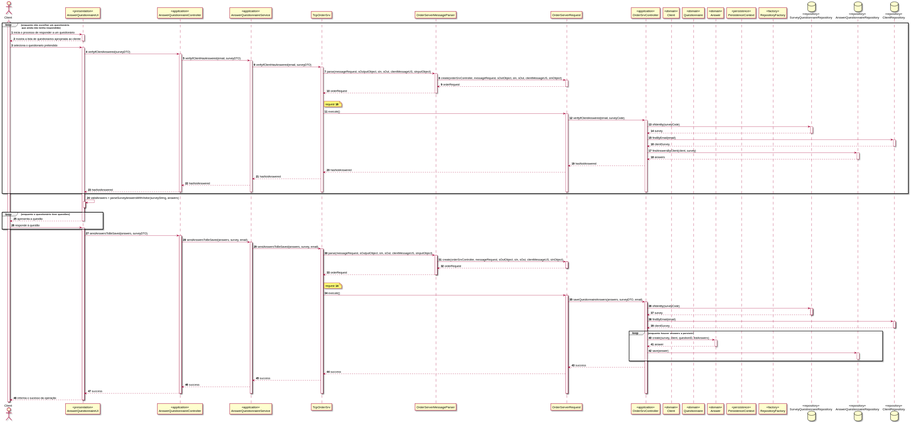
Before: docs/1201518 1201284 1201516/US3501/SD_AnswerSurvey.svg, a diagram exported from PlantUML (ana-albergaria/LAPR4-ISEP). Source of this version:
```plantuml
@startuml


autonumber
actor "Client" as C

participant AnswerQuestionnaireUI as UI <<presentation>>
participant AnswerQuestionnaireController as CONTROLLER <<application>>
participant AnswerQuestionnaireService as SERVICE <<application>>
participant TcpOrderSrv as ORDER_SERVER
participant OrderServerMessageParser as PARSER
participant OrderServerRequest as ORDER_REQUEST
participant OrderSrvController as ORDER_CONTROLLER <<application>>

participant "Client" as CLIENT <<domain>>
participant "Questionnaire" as QUESTIONNAIRE <<domain>>
participant "Answer" as ANSWER <<domain>>

participant PersistenceContext as PERSISTENCE <<persistence>>
participant RepositoryFactory as FACTORY <<factory>>
database SurveyQuestionnareRepository as SURVEY_REP <<repository>>
database AnswerQuestionnaireRepository as ANSWER_REP <<repository>>
database ClientRepository as CLIENT_REP <<repository>>

loop enquanto não escolher um questionário\n que ainda não tenha respondido
activate C
C -> UI : inicia o processo de responder a um questionário
activate UI
UI --> C : mostra a lista de questionarios apropriada ao cliente
deactivate UI

C -> UI : seleciona o questionario pretendido
activate UI
UI -> CONTROLLER : verifyIfClientAnswered(surveyDTO)
activate CONTROLLER
CONTROLLER -> SERVICE : verifyIfClientHasAnswered(email, surveyDTO)
activate SERVICE
SERVICE -> ORDER_SERVER : verifyIfClientHasAnswered(email, surveyDTO)
activate ORDER_SERVER

ORDER_SERVER -> PARSER : parse(messageRequest, sOutputObject, sIn, sOut, clientMessageUS, sInputObject)
activate PARSER
PARSER -> ORDER_REQUEST : create(orderSrvController, messageRequest, sOutObject, sIn, sOut, clientMessageUS, sInObject)
activate ORDER_REQUEST
ORDER_REQUEST --> PARSER : orderRequest
deactivate ORDER_REQUEST
PARSER --> ORDER_SERVER : orderRequest
deactivate PARSER
|||
note right of ORDER_SERVER
request **16**
end note
ORDER_SERVER -> ORDER_REQUEST : execute()
activate ORDER_REQUEST

ORDER_REQUEST -> ORDER_CONTROLLER : verifyIfClientAnswered(email, surveyCode)
activate ORDER_CONTROLLER
ORDER_CONTROLLER -> SURVEY_REP : ofIdentity(surveyCode)
activate SURVEY_REP
SURVEY_REP --> ORDER_CONTROLLER : survey
deactivate SURVEY_REP
ORDER_CONTROLLER -> CLIENT_REP : findByEmail(email)
activate CLIENT_REP
CLIENT_REP --> ORDER_CONTROLLER : clientSurvey
deactivate CLIENT_REP
ORDER_CONTROLLER -> ANSWER_REP : findAnswersByClient(client, survey)
activate ANSWER_REP
ANSWER_REP --> ORDER_CONTROLLER : answers
deactivate ANSWER_REP

ORDER_CONTROLLER --> ORDER_REQUEST : hasNotAnswered
ORDER_REQUEST --> ORDER_SERVER : hasNotAnswered
ORDER_SERVER --> SERVICE : hasNotAnswered
SERVICE --> CONTROLLER : hasNotAnswered
CONTROLLER --> UI : hasNotAnswered

deactivate ORDER_CONTROLLER
deactivate ORDER_REQUEST
deactivate PARSER
deactivate ORDER_SERVER
deactivate SERVICE
deactivate CONTROLLER
end
UI -> UI : validAnswers = parseSurveyAnswersWithVisitor(surveyString, answers)
activate UI
deactivate UI

loop enquanto o questionário tiver questões
UI --> C : apresenta a questão
deactivate UI
C -> UI : responde à questão
activate UI
end




UI -> CONTROLLER : sendAnswersToBeSaved(answers, surveyDTO)
activate CONTROLLER
CONTROLLER -> SERVICE : sendAnswersToBeSaved(answers, survey, email)
activate SERVICE
SERVICE -> ORDER_SERVER : sendAnswersToBeSaved(answers, survey, email)
activate ORDER_SERVER

ORDER_SERVER -> PARSER : parse(messageRequest, sOutputObject, sIn, sOut, clientMessageUS, sInputObject)
activate PARSER
PARSER -> ORDER_REQUEST : create(orderSrvController, messageRequest, sOutObject, sIn, sOut, clientMessageUS, sInObject)
activate ORDER_REQUEST
ORDER_REQUEST --> PARSER : orderRequest
deactivate ORDER_REQUEST
PARSER --> ORDER_SERVER : orderRequest
deactivate PARSER
|||
note right of ORDER_SERVER
request **14**
end note
ORDER_SERVER -> ORDER_REQUEST : execute()
activate ORDER_REQUEST

ORDER_REQUEST -> ORDER_CONTROLLER : saveQuestionnaireAnswers(answers, surveyDTO, email)
activate ORDER_CONTROLLER
ORDER_CONTROLLER -> SURVEY_REP : ofIdentity(surveyCode)
activate SURVEY_REP
SURVEY_REP --> ORDER_CONTROLLER : survey
deactivate SURVEY_REP
ORDER_CONTROLLER -> CLIENT_REP : findByEmail(email)
activate CLIENT_REP
CLIENT_REP --> ORDER_CONTROLLER : clientSurvey
deactivate CLIENT_REP
loop enquanto houver answers a persistir
ORDER_CONTROLLER -> ANSWER : create(survey, client, questionID, listAnswers)
activate ANSWER
ANSWER --> ORDER_CONTROLLER : answer
deactivate ANSWER
ORDER_CONTROLLER -> ANSWER_REP : save(answer)
activate ANSWER_REP
deactivate ANSWER_REP


end

ORDER_CONTROLLER --> ORDER_REQUEST : success
ORDER_REQUEST --> ORDER_SERVER : success
ORDER_SERVER --> SERVICE : success
SERVICE --> CONTROLLER : success
CONTROLLER --> UI : success


deactivate ORDER_CONTROLLER
deactivate ORDER_REQUEST
deactivate PARSER
deactivate ORDER_SERVER
deactivate SERVICE
deactivate CONTROLLER



UI --> C : informa o sucesso da operação
deactivate UI



@enduml
```
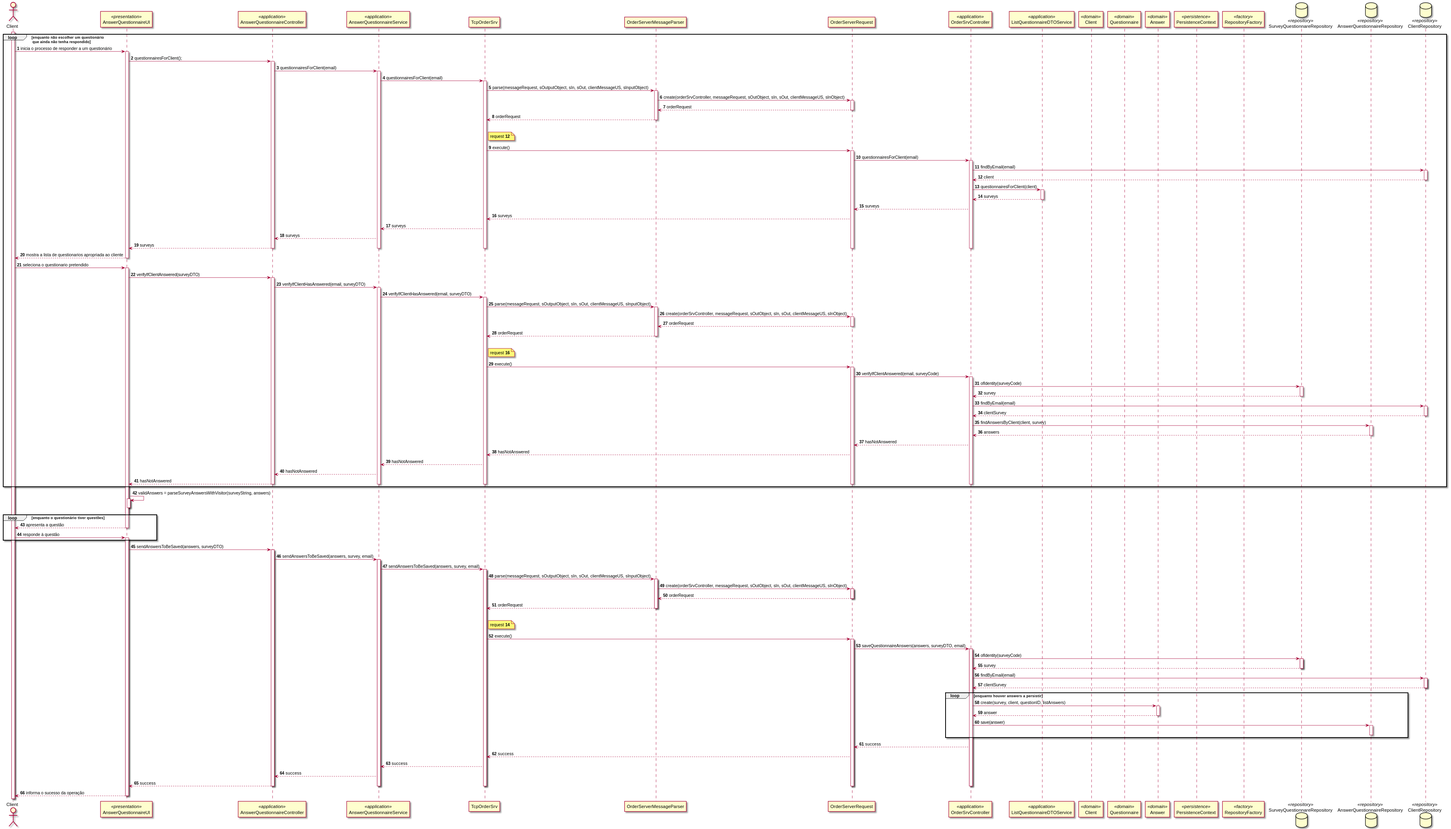
The same diagram one commit later.

Commit message:
Issue #23 -updating SD diagram

Diff of the diagram source:
```diff
@@ -11,6 +11,7 @@
 participant OrderServerMessageParser as PARSER
 participant OrderServerRequest as ORDER_REQUEST
 participant OrderSrvController as ORDER_CONTROLLER <<application>>
+participant ListQuestionnaireDTOService as SURVEY_SERVICE <<application>>
 
 participant "Client" as CLIENT <<domain>>
 participant "Questionnaire" as QUESTIONNAIRE <<domain>>
@@ -26,8 +27,61 @@
 activate C
 C -> UI : inicia o processo de responder a um questionário
 activate UI
+
+
+
+UI -> CONTROLLER : questionnairesForClient();
+
+activate CONTROLLER
+CONTROLLER -> SERVICE : questionnairesForClient(email)
+activate SERVICE
+SERVICE -> ORDER_SERVER : questionnairesForClient(email)
+activate ORDER_SERVER
+
+ORDER_SERVER -> PARSER : parse(messageRequest, sOutputObject, sIn, sOut, clientMessageUS, sInputObject)
+activate PARSER
+PARSER -> ORDER_REQUEST : create(orderSrvController, messageRequest, sOutObject, sIn, sOut, clientMessageUS, sInObject)
+activate ORDER_REQUEST
+ORDER_REQUEST --> PARSER : orderRequest
+deactivate ORDER_REQUEST
+PARSER --> ORDER_SERVER : orderRequest
+deactivate PARSER
+|||
+note right of ORDER_SERVER
+request **12**
+end note
+ORDER_SERVER -> ORDER_REQUEST : execute()
+activate ORDER_REQUEST
+
+ORDER_REQUEST -> ORDER_CONTROLLER : questionnairesForClient(email)
+activate ORDER_CONTROLLER
+ORDER_CONTROLLER -> CLIENT_REP : findByEmail(email)
+activate CLIENT_REP
+CLIENT_REP --> ORDER_CONTROLLER : client
+deactivate CLIENT_REP
+ORDER_CONTROLLER -> SURVEY_SERVICE : questionnairesForClient(client)
+activate SURVEY_SERVICE
+SURVEY_SERVICE --> ORDER_CONTROLLER : surveys
+deactivate SURVEY_SERVICE
+
+ORDER_CONTROLLER --> ORDER_REQUEST : surveys
+ORDER_REQUEST --> ORDER_SERVER : surveys
+ORDER_SERVER --> SERVICE : surveys
+SERVICE --> CONTROLLER : surveys
+CONTROLLER --> UI : surveys
+
+deactivate ORDER_CONTROLLER
+deactivate ORDER_REQUEST
+deactivate PARSER
+deactivate ORDER_SERVER
+deactivate SERVICE
+deactivate CONTROLLER
+
+
 UI --> C : mostra a lista de questionarios apropriada ao cliente
 deactivate UI
+
+
 
 C -> UI : seleciona o questionario pretendido
 activate UI
```
